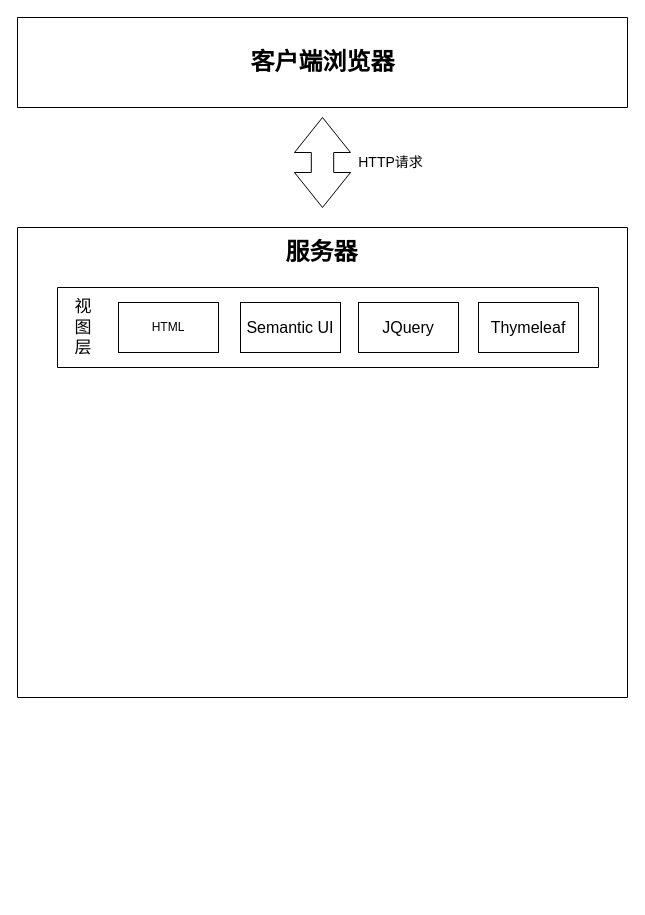
zyl-2000/draw keeps this draw.io diagram as 博客系统技术架构图.drawio. Above is the earlier version. Source tidied: cells renumbered, new cells numbered last; positions are measured from the earlier drawing's top-left corner, leaving out a move shared by most shapes. Both pictures are drawn from the tidied source at 100%, with x=0, y=0 at pixel (17, 17).
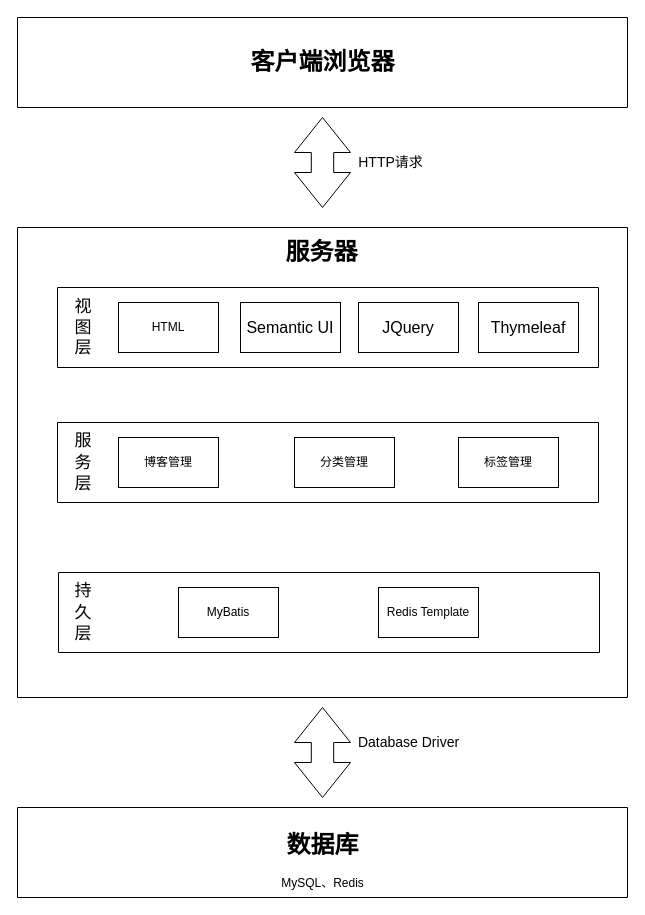
The same page after the edit.

Commit message (it also covers changes not shown here):
更新博客系统技术架构图.drawio

The edit, as a diff of the source:
```diff
@@
+    <mxCell id="13" value="&lt;h1&gt;&lt;br&gt;&lt;/h1&gt;" style="verticalLabelPosition=middle;verticalAlign=middle;html=1;shape=mxgraph.basic.rect;fillColor2=none;strokeWidth=1;size=20;indent=5;labelPosition=center;align=center;" parent="1" vertex="1">
+      <mxGeometry x="40" y="405" width="541" height="80" as="geometry" />
+    </mxCell>
+    <mxCell id="14" value="&lt;font face=&quot;Verdana&quot;&gt;服&lt;/font&gt;&lt;div&gt;&lt;font face=&quot;Verdana&quot;&gt;务&lt;/font&gt;&lt;/div&gt;&lt;div&gt;&lt;font face=&quot;Verdana&quot;&gt;层&lt;/font&gt;&lt;/div&gt;" style="text;html=1;align=center;verticalAlign=middle;whiteSpace=wrap;rounded=0;horizontal=1;fontSize=17;" parent="1" vertex="1">
+      <mxGeometry x="41" y="400" width="50" height="90" as="geometry" />
+    </mxCell>
+    <mxCell id="15" value="博客管理" style="rounded=0;whiteSpace=wrap;html=1;" parent="1" vertex="1">
+      <mxGeometry x="101" y="420" width="100" height="50" as="geometry" />
+    </mxCell>
+    <mxCell id="16" value="分类管理" style="rounded=0;whiteSpace=wrap;html=1;" parent="1" vertex="1">
+      <mxGeometry x="277" y="420" width="100" height="50" as="geometry" />
+    </mxCell>
+    <mxCell id="17" value="标签管理" style="rounded=0;whiteSpace=wrap;html=1;" parent="1" vertex="1">
+      <mxGeometry x="441" y="420" width="100" height="50" as="geometry" />
+    </mxCell>
+    <mxCell id="18" value="&lt;h1&gt;&lt;br&gt;&lt;/h1&gt;" style="verticalLabelPosition=middle;verticalAlign=middle;html=1;shape=mxgraph.basic.rect;fillColor2=none;strokeWidth=1;size=20;indent=5;labelPosition=center;align=center;" parent="1" vertex="1">
+      <mxGeometry x="41" y="555" width="541" height="80" as="geometry" />
+    </mxCell>
+    <mxCell id="19" value="&lt;font face=&quot;Verdana&quot;&gt;持&lt;/font&gt;&lt;div&gt;&lt;font face=&quot;Verdana&quot;&gt;久&lt;/font&gt;&lt;/div&gt;&lt;div&gt;&lt;font face=&quot;Verdana&quot;&gt;层&lt;/font&gt;&lt;/div&gt;" style="text;html=1;align=center;verticalAlign=middle;whiteSpace=wrap;rounded=0;horizontal=1;fontSize=17;" parent="1" vertex="1">
+      <mxGeometry x="41" y="550" width="50" height="90" as="geometry" />
+    </mxCell>
+    <mxCell id="20" value="MyBatis" style="rounded=0;whiteSpace=wrap;html=1;" parent="1" vertex="1">
+      <mxGeometry x="161" y="570" width="100" height="50" as="geometry" />
+    </mxCell>
+    <mxCell id="21" value="Redis Template" style="rounded=0;whiteSpace=wrap;html=1;" parent="1" vertex="1">
+      <mxGeometry x="361" y="570" width="100" height="50" as="geometry" />
+    </mxCell>
+    <mxCell id="22" style="html=1;shadow=0;dashed=0;align=center;verticalAlign=middle;shape=mxgraph.arrows2.twoWayArrow;dy=0.6;dx=35;direction=south;" parent="1" vertex="1">
+      <mxGeometry x="277" y="690" width="56" height="90" as="geometry" />
+    </mxCell>
+    <mxCell id="23" value="&lt;font style=&quot;font-size: 14px;&quot;&gt;Database Driver&lt;/font&gt;" style="text;html=1;align=center;verticalAlign=middle;strokeColor=none;fillColor=none;" parent="1" vertex="1">
+      <mxGeometry x="331" y="710" width="120" height="30" as="geometry" />
+    </mxCell>
+    <mxCell id="24" value="&lt;h1&gt;数据库&lt;/h1&gt;&lt;div&gt;MySQL、Redis&lt;/div&gt;" style="verticalLabelPosition=middle;verticalAlign=middle;html=1;shape=mxgraph.basic.rect;fillColor2=none;strokeWidth=1;size=20;indent=5;labelPosition=center;align=center;" parent="1" vertex="1">
+      <mxGeometry y="790" width="610" height="90" as="geometry" />
+    </mxCell>
```
